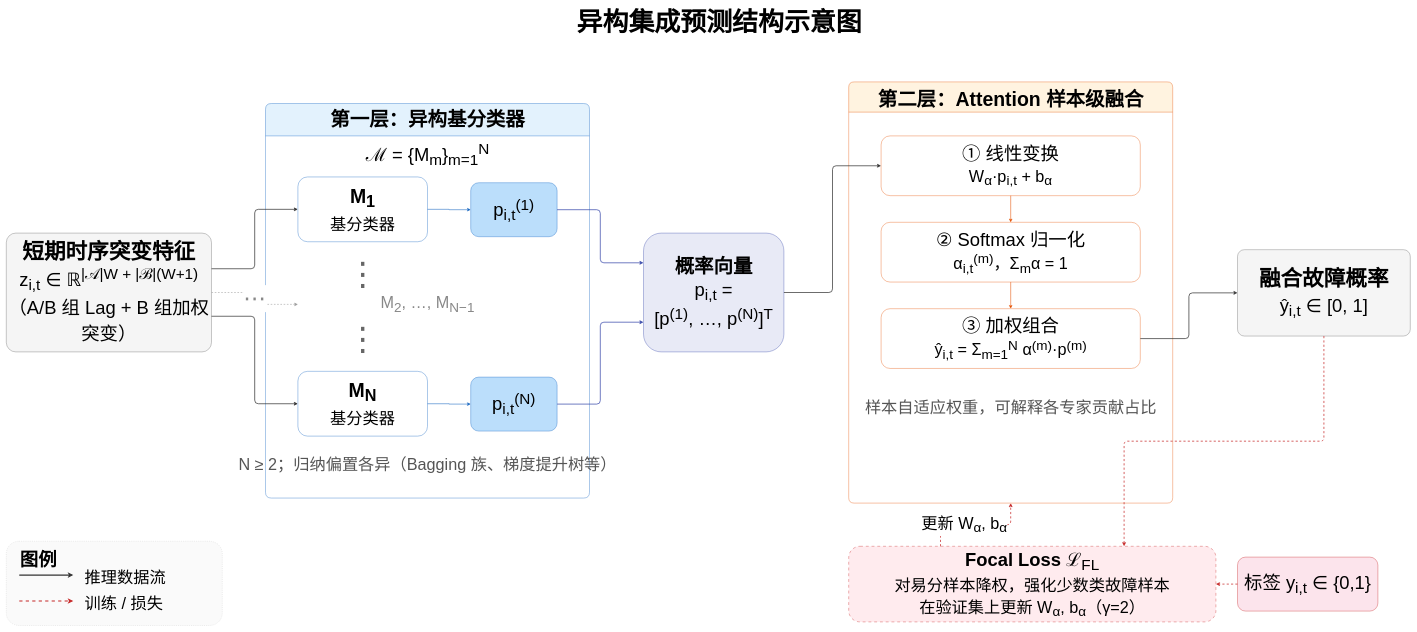
Above: figure_codes/chap3-ensemble.drawio in elephas00/master-thesis (draw.io), before the change. Source tidied: cells renumbered, new cells numbered last; positions are measured from the earlier drawing's top-left corner, leaving out a move shared by most shapes. Both pictures are drawn from the tidied source at 36%, with x=0, y=0 at pixel (6, 6).
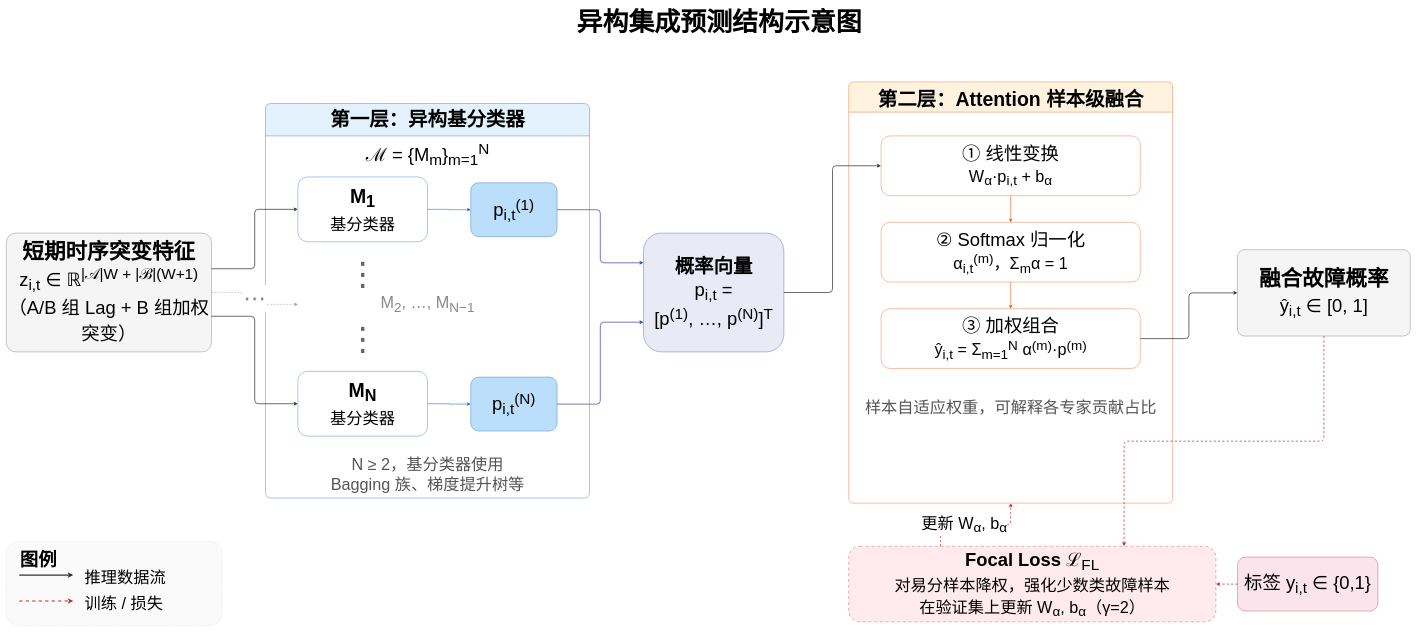
Above is the later version.

The change refers to these unchanged cells:
```xml
<mxCell id="4" value="第一层：异构基分类器" style="swimlane;html=1;startSize=90;fillColor=#e3f2fd;strokeColor=#1565c0;fontStyle=1;fontSize=54;rounded=1;arcSize=6;" parent="1" vertex="1">
  <mxGeometry x="720" y="270" width="900" height="1096" as="geometry" />
</mxCell>
```

Change to the diagram source:
```diff
@@
-    <mxCell id="13" value="&lt;font style=&quot;font-size:45px;color:#555555&quot;&gt;N ≥ 2；归纳偏置各异（Bagging 族、梯度提升树等）&lt;/font&gt;" style="text;html=1;strokeColor=none;fillColor=none;align=center;" parent="4" vertex="1">
+    <mxCell id="13" value="&lt;font style=&quot;font-size:45px;color:#555555&quot;&gt;N ≥ 2，基分类器使用&lt;br&gt;Bagging 族、梯度提升树等&lt;/font&gt;" style="text;html=1;strokeColor=none;fillColor=none;align=center;" parent="4" vertex="1">
       <mxGeometry x="30" y="970" width="840" height="106" as="geometry" />
     </mxCell>
```
